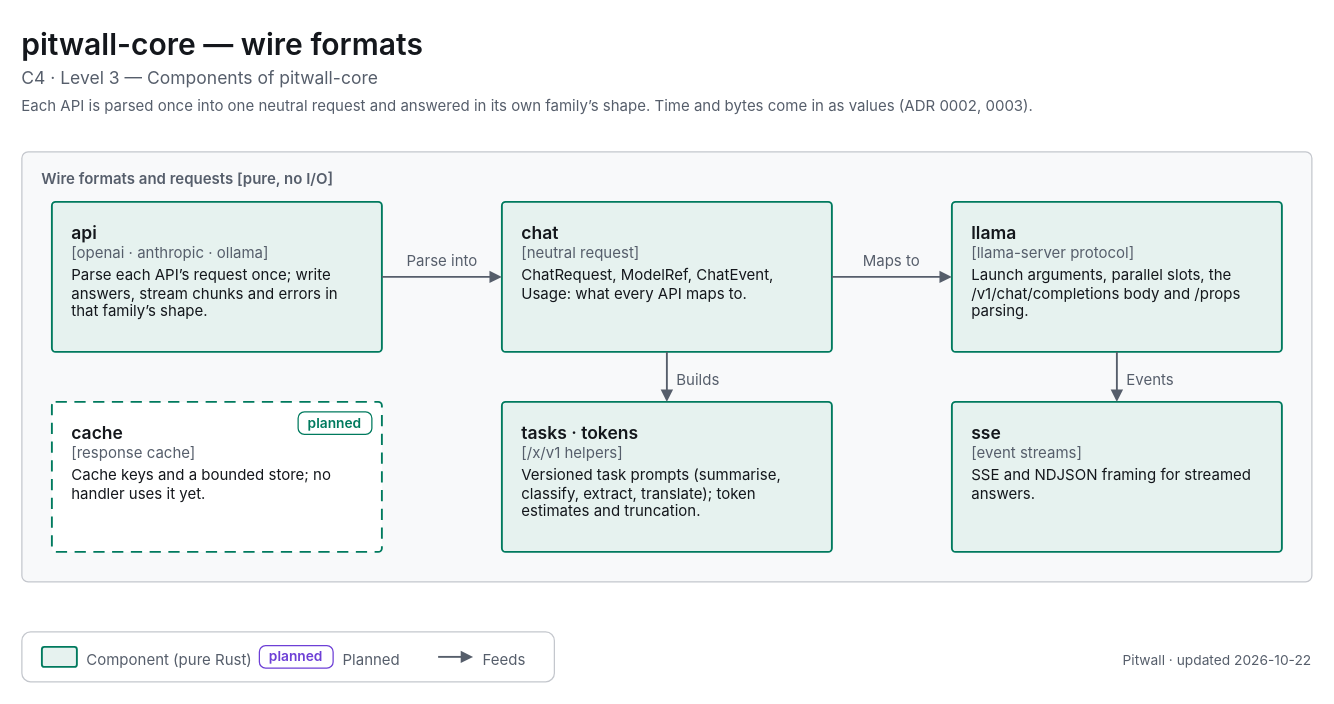
Above: apps/pitwall/docs/diagrams/c4-3-core-wire.drawio in decryp7/paddock (draw.io), before the change. Source tidied: cells renumbered, new cells numbered last; positions are measured from the earlier drawing's top-left corner, leaving out a move shared by most shapes. Both pictures are drawn from the tidied source at 125%, with x=0, y=0 at pixel (21, 21).
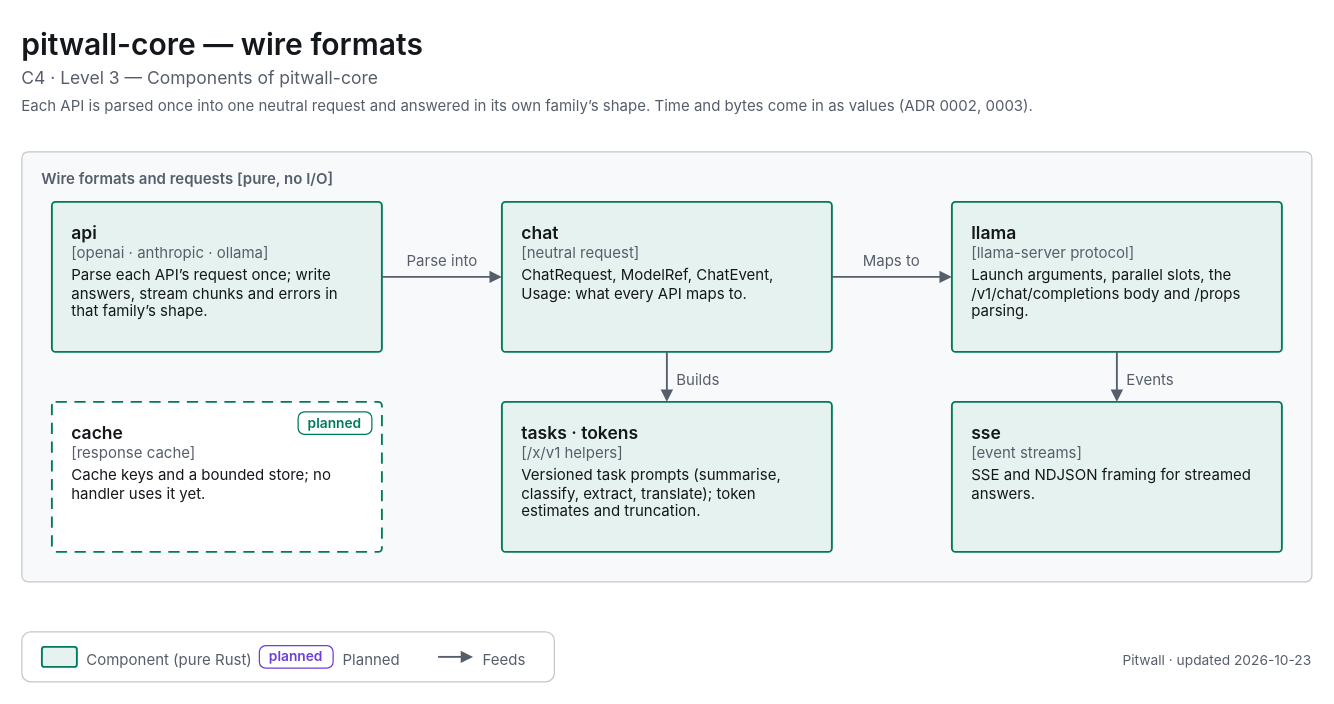
The same page after the edit.

What changed in the source:
```diff
@@
-    <mxCell id="28" value="&lt;span style=&quot;font-size:11px;font-weight:400&quot;&gt;Pitwall · updated 2026-10-22&lt;/span&gt;" style="html=1;whiteSpace=wrap;fontFamily=-apple-system,BlinkMacSystemFont,Segoe UI,system-ui,sans-serif;fontSize=12;fontColor=light-dark(#14171C,#ECEEF1);text;strokeColor=none;fillColor=none;align=right;verticalAlign=top;spacing=0;fontColor=light-dark(#565E6B,#A0A7B2);" parent="1" vertex="1">
+    <mxCell id="28" value="&lt;span style=&quot;font-size:11px;font-weight:400&quot;&gt;Pitwall · updated 2026-10-23&lt;/span&gt;" style="html=1;whiteSpace=wrap;fontFamily=-apple-system,BlinkMacSystemFont,Segoe UI,system-ui,sans-serif;fontSize=12;fontColor=light-dark(#14171C,#ECEEF1);text;strokeColor=none;fillColor=none;align=right;verticalAlign=top;spacing=0;fontColor=light-dark(#565E6B,#A0A7B2);" parent="1" vertex="1">
       <mxGeometry x="672" y="499" width="360" height="18" as="geometry" />
     </mxCell>
```
